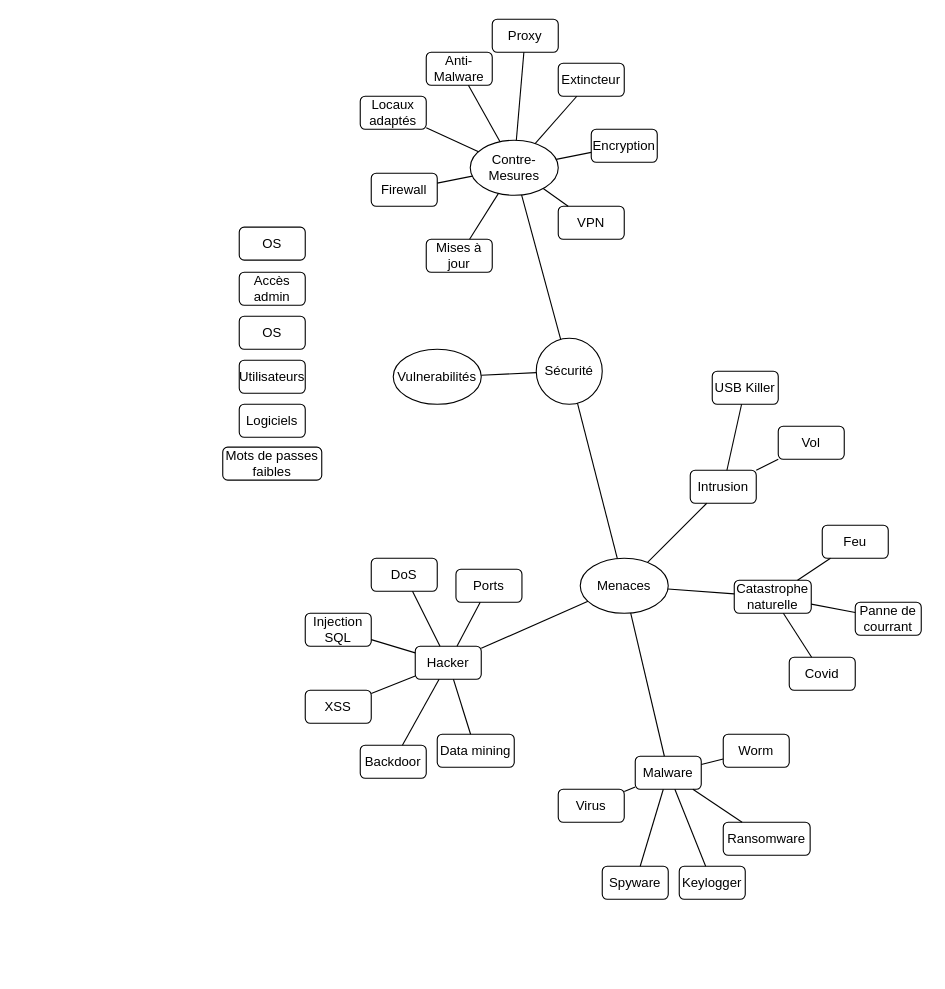
This is ICT/182/menaces_vulnerabilites_contremesurs.drawio from Mondotosz/CPNV, a draw.io file, before an edit. Source tidied: cells renumbered, new cells numbered last; positions are measured from the earlier drawing's top-left corner, leaving out a move shared by most shapes. Both pictures are drawn from the tidied source at 110%, with x=0, y=0 at pixel (222, 19).
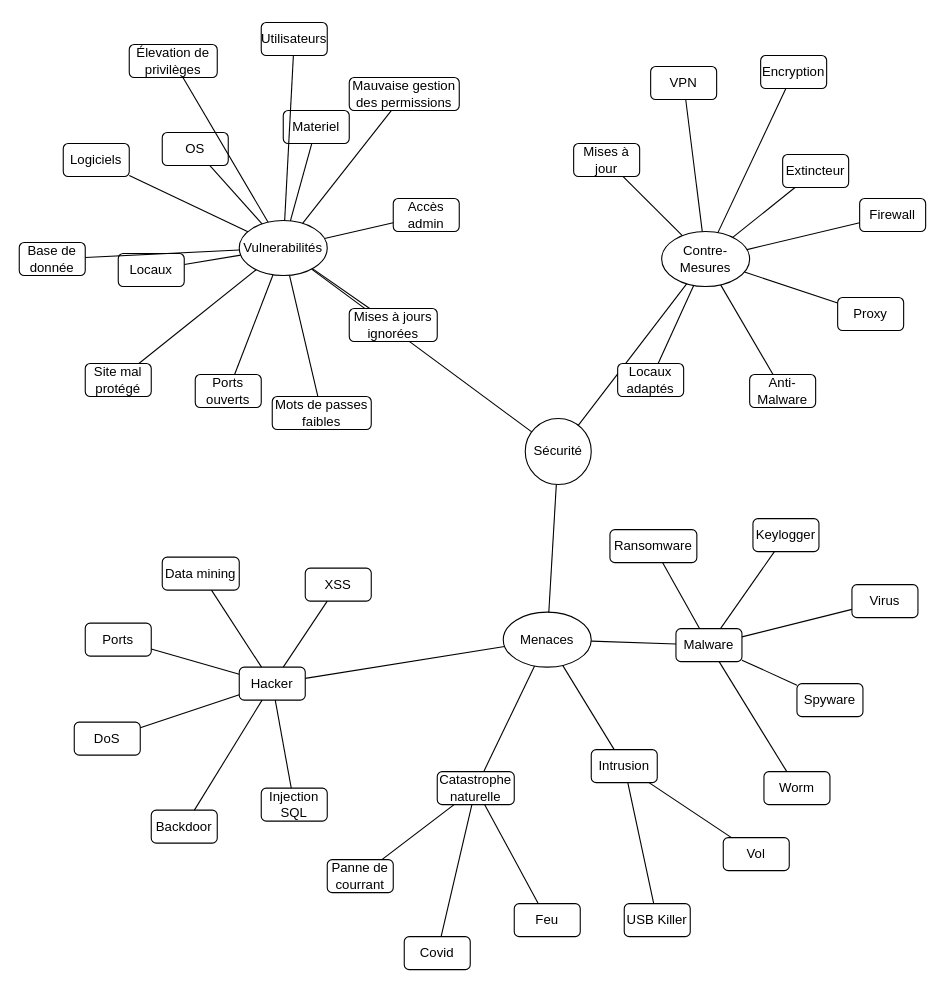
The same page after the edit.

Change to the diagram source:
```diff
@@
     <mxCell id="2" value="Menaces" style="ellipse;whiteSpace=wrap;html=1;" parent="1" vertex="1">
-      <mxGeometry x="325" y="490" width="80" height="50" as="geometry" />
+      <mxGeometry x="255" y="539" width="80" height="50" as="geometry" />
     </mxCell>
     <mxCell id="3" value="Vulnerabilités" style="ellipse;whiteSpace=wrap;html=1;" parent="1" vertex="1">
-      <mxGeometry x="155" y="300" width="80" height="50" as="geometry" />
+      <mxGeometry x="15" y="183" width="80" height="50" as="geometry" />
     </mxCell>
     <mxCell id="4" value="Contre-Mesures" style="ellipse;whiteSpace=wrap;html=1;" parent="1" vertex="1">
-      <mxGeometry x="225" y="110" width="80" height="50" as="geometry" />
+      <mxGeometry x="399" y="193" width="80" height="50" as="geometry" />
     </mxCell>
     <mxCell id="5" value="Sécurité" style="ellipse;whiteSpace=wrap;html=1;" parent="1" vertex="1">
-      <mxGeometry x="285" y="290" width="60" height="60" as="geometry" />
+      <mxGeometry x="275" y="363" width="60" height="60" as="geometry" />
     </mxCell>
@@
     <mxCell id="9" value="DoS" style="rounded=1;whiteSpace=wrap;html=1;" parent="1" vertex="1">
-      <mxGeometry x="135" y="490" width="60" height="30" as="geometry" />
+      <mxGeometry x="-135" y="639" width="60" height="30" as="geometry" />
     </mxCell>
     <mxCell id="10" value="XSS" style="rounded=1;whiteSpace=wrap;html=1;" parent="1" vertex="1">
-      <mxGeometry x="75" y="610" width="60" height="30" as="geometry" />
+      <mxGeometry x="75" y="499" width="60" height="30" as="geometry" />
     </mxCell>
     <mxCell id="11" value="Keylogger" style="rounded=1;whiteSpace=wrap;html=1;" parent="1" vertex="1">
-      <mxGeometry x="415" y="770" width="60" height="30" as="geometry" />
+      <mxGeometry x="482" y="454" width="60" height="30" as="geometry" />
     </mxCell>
     <mxCell id="12" value="Virus" style="rounded=1;whiteSpace=wrap;html=1;" parent="1" vertex="1">
-      <mxGeometry x="305" y="700" width="60" height="30" as="geometry" />
+      <mxGeometry x="572" y="514" width="60" height="30" as="geometry" />
     </mxCell>
     <mxCell id="13" value="Malware" style="rounded=1;whiteSpace=wrap;html=1;" parent="1" vertex="1">
-      <mxGeometry x="375" y="670" width="60" height="30" as="geometry" />
+      <mxGeometry x="412" y="554" width="60" height="30" as="geometry" />
     </mxCell>
     <mxCell id="14" value="USB Killer" style="rounded=1;whiteSpace=wrap;html=1;" parent="1" vertex="1">
-      <mxGeometry x="445" y="320" width="60" height="30" as="geometry" />
+      <mxGeometry x="365" y="804" width="60" height="30" as="geometry" />
     </mxCell>
     <mxCell id="15" value="Hacker" style="rounded=1;whiteSpace=wrap;html=1;" parent="1" vertex="1">
-      <mxGeometry x="175" y="570" width="60" height="30" as="geometry" />
+      <mxGeometry x="15" y="589" width="60" height="30" as="geometry" />
     </mxCell>
     <mxCell id="16" value="Feu" style="rounded=1;whiteSpace=wrap;html=1;" parent="1" vertex="1">
-      <mxGeometry x="545" y="460" width="60" height="30" as="geometry" />
+      <mxGeometry x="265" y="804" width="60" height="30" as="geometry" />
     </mxCell>
     <mxCell id="17" value="Panne de courrant" style="rounded=1;whiteSpace=wrap;html=1;" parent="1" vertex="1">
-      <mxGeometry x="575" y="530" width="60" height="30" as="geometry" />
+      <mxGeometry x="95" y="764" width="60" height="30" as="geometry" />
     </mxCell>
     <mxCell id="18" value="Data mining" style="rounded=1;whiteSpace=wrap;html=1;" parent="1" vertex="1">
-      <mxGeometry x="195" y="650" width="70" height="30" as="geometry" />
+      <mxGeometry x="-55" y="489" width="70" height="30" as="geometry" />
     </mxCell>
     <mxCell id="19" value="Catastrophe naturelle" style="rounded=1;whiteSpace=wrap;html=1;" parent="1" vertex="1">
-      <mxGeometry x="465" y="510" width="70" height="30" as="geometry" />
+      <mxGeometry x="195" y="684" width="70" height="30" as="geometry" />
     </mxCell>
     <mxCell id="20" value="Injection SQL" style="rounded=1;whiteSpace=wrap;html=1;" parent="1" vertex="1">
-      <mxGeometry x="75" y="540" width="60" height="30" as="geometry" />
+      <mxGeometry x="35" y="699" width="60" height="30" as="geometry" />
     </mxCell>
     <mxCell id="21" value="Ransomware" style="rounded=1;whiteSpace=wrap;html=1;" parent="1" vertex="1">
-      <mxGeometry x="455" y="730" width="79" height="30" as="geometry" />
+      <mxGeometry x="352" y="464" width="79" height="30" as="geometry" />
     </mxCell>
     <mxCell id="22" value="Spyware" style="rounded=1;whiteSpace=wrap;html=1;" parent="1" vertex="1">
-      <mxGeometry x="345" y="770" width="60" height="30" as="geometry" />
+      <mxGeometry x="522" y="604" width="60" height="30" as="geometry" />
     </mxCell>
     <mxCell id="23" value="Covid" style="rounded=1;whiteSpace=wrap;html=1;" parent="1" vertex="1">
-      <mxGeometry x="515" y="580" width="60" height="30" as="geometry" />
+      <mxGeometry x="165" y="834" width="60" height="30" as="geometry" />
     </mxCell>
     <mxCell id="24" value="Worm" style="rounded=1;whiteSpace=wrap;html=1;" parent="1" vertex="1">
-      <mxGeometry x="455" y="650" width="60" height="30" as="geometry" />
+      <mxGeometry x="492" y="684" width="60" height="30" as="geometry" />
     </mxCell>
     <mxCell id="25" value="Vol" style="rounded=1;whiteSpace=wrap;html=1;" parent="1" vertex="1">
-      <mxGeometry x="505" y="370" width="60" height="30" as="geometry" />
+      <mxGeometry x="455" y="744" width="60" height="30" as="geometry" />
     </mxCell>
     <mxCell id="26" value="Backdoor" style="rounded=1;whiteSpace=wrap;html=1;" parent="1" vertex="1">
-      <mxGeometry x="125" y="660" width="60" height="30" as="geometry" />
+      <mxGeometry x="-65" y="719" width="60" height="30" as="geometry" />
     </mxCell>
     <mxCell id="27" value="Ports" style="rounded=1;whiteSpace=wrap;html=1;" parent="1" vertex="1">
-      <mxGeometry x="212" y="500" width="60" height="30" as="geometry" />
+      <mxGeometry x="-125" y="549" width="60" height="30" as="geometry" />
     </mxCell>
@@
     <mxCell id="45" value="Intrusion" style="rounded=1;whiteSpace=wrap;html=1;" parent="1" vertex="1">
-      <mxGeometry x="425" y="410" width="60" height="30" as="geometry" />
+      <mxGeometry x="335" y="664" width="60" height="30" as="geometry" />
     </mxCell>
@@
     <mxCell id="49" value="Firewall" style="rounded=1;whiteSpace=wrap;html=1;" parent="1" vertex="1">
-      <mxGeometry x="135" y="140" width="60" height="30" as="geometry" />
+      <mxGeometry x="579" y="163" width="60" height="30" as="geometry" />
     </mxCell>
     <mxCell id="50" value="Anti-Malware" style="rounded=1;whiteSpace=wrap;html=1;" parent="1" vertex="1">
-      <mxGeometry x="185" y="30" width="60" height="30" as="geometry" />
+      <mxGeometry x="479" y="323" width="60" height="30" as="geometry" />
     </mxCell>
     <mxCell id="51" value="VPN" style="rounded=1;whiteSpace=wrap;html=1;" parent="1" vertex="1">
-      <mxGeometry x="305" y="170" width="60" height="30" as="geometry" />
+      <mxGeometry x="389" y="43" width="60" height="30" as="geometry" />
     </mxCell>
     <mxCell id="52" value="Proxy" style="rounded=1;whiteSpace=wrap;html=1;" parent="1" vertex="1">
-      <mxGeometry x="245" width="60" height="30" as="geometry" />
+      <mxGeometry x="559" y="253" width="60" height="30" as="geometry" />
     </mxCell>
     <mxCell id="53" value="Encryption" style="rounded=1;whiteSpace=wrap;html=1;" parent="1" vertex="1">
-      <mxGeometry x="335" y="100" width="60" height="30" as="geometry" />
+      <mxGeometry x="489" y="33" width="60" height="30" as="geometry" />
     </mxCell>
     <mxCell id="54" value="Mises à jour" style="rounded=1;whiteSpace=wrap;html=1;" parent="1" vertex="1">
-      <mxGeometry x="185" y="200" width="60" height="30" as="geometry" />
+      <mxGeometry x="319" y="113" width="60" height="30" as="geometry" />
     </mxCell>
     <mxCell id="55" value="Extincteur" style="rounded=1;whiteSpace=wrap;html=1;" parent="1" vertex="1">
-      <mxGeometry x="305" y="40" width="60" height="30" as="geometry" />
+      <mxGeometry x="509" y="123" width="60" height="30" as="geometry" />
     </mxCell>
     <mxCell id="56" value="Locaux adaptés" style="rounded=1;whiteSpace=wrap;html=1;" parent="1" vertex="1">
-      <mxGeometry x="125" y="70" width="60" height="30" as="geometry" />
+      <mxGeometry x="359" y="313" width="60" height="30" as="geometry" />
     </mxCell>
@@
     <mxCell id="65" value="OS" style="rounded=1;whiteSpace=wrap;html=1;" parent="1" vertex="1">
-      <mxGeometry x="15" y="270" width="60" height="30" as="geometry" />
+      <mxGeometry x="-55" y="103" width="60" height="30" as="geometry" />
     </mxCell>
     <mxCell id="66" value="Utilisateurs" style="rounded=1;whiteSpace=wrap;html=1;" parent="1" vertex="1">
-      <mxGeometry x="15" y="310" width="60" height="30" as="geometry" />
+      <mxGeometry x="35" y="3" width="60" height="30" as="geometry" />
     </mxCell>
     <mxCell id="67" value="Logiciels" style="rounded=1;whiteSpace=wrap;html=1;" parent="1" vertex="1">
-      <mxGeometry x="15" y="350" width="60" height="30" as="geometry" />
+      <mxGeometry x="-145" y="113" width="60" height="30" as="geometry" />
     </mxCell>
     <mxCell id="68" value="Accès admin" style="rounded=1;whiteSpace=wrap;html=1;" parent="1" vertex="1">
-      <mxGeometry x="15" y="230" width="60" height="30" as="geometry" />
+      <mxGeometry x="155" y="163" width="60" height="30" as="geometry" />
     </mxCell>
     <mxCell id="69" value="Mots de passes faibles" style="rounded=1;whiteSpace=wrap;html=1;" parent="1" vertex="1">
-      <mxGeometry y="389" width="90" height="30" as="geometry" />
+      <mxGeometry x="45" y="343" width="90" height="30" as="geometry" />
     </mxCell>
-    <mxCell id="70" value="OS" style="rounded=1;whiteSpace=wrap;html=1;" parent="1" vertex="1">
-      <mxGeometry x="15" y="189" width="60" height="30" as="geometry" />
+    <mxCell id="70" value="Élevation de privilèges" style="rounded=1;whiteSpace=wrap;html=1;" parent="1" vertex="1">
+      <mxGeometry x="-85" y="23" width="80" height="30" as="geometry" />
     </mxCell>
+    <mxCell id="71" value="Ports ouverts" style="rounded=1;whiteSpace=wrap;html=1;" parent="1" vertex="1">
+      <mxGeometry x="-25" y="323" width="60" height="30" as="geometry" />
+    </mxCell>
+    <mxCell id="72" value="Materiel" style="rounded=1;whiteSpace=wrap;html=1;" parent="1" vertex="1">
+      <mxGeometry x="55" y="83" width="60" height="30" as="geometry" />
+    </mxCell>
+    <mxCell id="73" value="Locaux" style="rounded=1;whiteSpace=wrap;html=1;" parent="1" vertex="1">
+      <mxGeometry x="-95" y="213" width="60" height="30" as="geometry" />
+    </mxCell>
+    <mxCell id="74" value="Mises à jours ignorées" style="rounded=1;whiteSpace=wrap;html=1;" parent="1" vertex="1">
+      <mxGeometry x="115" y="263" width="80" height="30" as="geometry" />
+    </mxCell>
+    <mxCell id="75" value="Site mal protégé" style="rounded=1;whiteSpace=wrap;html=1;" parent="1" vertex="1">
+      <mxGeometry x="-125" y="313" width="60" height="30" as="geometry" />
+    </mxCell>
+    <mxCell id="76" value="Base de donnée" style="rounded=1;whiteSpace=wrap;html=1;" parent="1" vertex="1">
+      <mxGeometry x="-185" y="203" width="60" height="30" as="geometry" />
+    </mxCell>
+    <mxCell id="77" value="Mauvaise gestion des permissions" style="rounded=1;whiteSpace=wrap;html=1;" parent="1" vertex="1">
+      <mxGeometry x="115" y="53" width="100" height="30" as="geometry" />
+    </mxCell>
+    <mxCell id="78" style="endArrow=none;html=1;noEdgeStyle=1;" parent="1" edge="1" source="3" target="66">
+      <mxGeometry relative="1" as="geometry" />
+    </mxCell>
+    <mxCell id="79" style="endArrow=none;html=1;noEdgeStyle=1;" parent="1" edge="1" source="3" target="65">
+      <mxGeometry relative="1" as="geometry" />
+    </mxCell>
+    <mxCell id="80" style="endArrow=none;html=1;noEdgeStyle=1;" parent="1" edge="1" source="3" target="67">
+      <mxGeometry relative="1" as="geometry" />
+    </mxCell>
+    <mxCell id="81" style="endArrow=none;html=1;noEdgeStyle=1;" parent="1" edge="1" source="3" target="69">
+      <mxGeometry relative="1" as="geometry" />
+    </mxCell>
+    <mxCell id="82" style="endArrow=none;html=1;noEdgeStyle=1;" parent="1" edge="1" source="3" target="68">
+      <mxGeometry relative="1" as="geometry" />
+    </mxCell>
+    <mxCell id="83" style="endArrow=none;html=1;noEdgeStyle=1;" parent="1" edge="1" source="3" target="70">
+      <mxGeometry relative="1" as="geometry" />
+    </mxCell>
+    <mxCell id="84" style="endArrow=none;html=1;noEdgeStyle=1;" parent="1" edge="1" source="3" target="74">
+      <mxGeometry relative="1" as="geometry" />
+    </mxCell>
+    <mxCell id="85" style="endArrow=none;html=1;noEdgeStyle=1;" parent="1" edge="1" source="3" target="75">
+      <mxGeometry relative="1" as="geometry" />
+    </mxCell>
+    <mxCell id="86" style="endArrow=none;html=1;noEdgeStyle=1;" parent="1" edge="1" source="3" target="76">
+      <mxGeometry relative="1" as="geometry" />
+    </mxCell>
+    <mxCell id="87" style="endArrow=none;html=1;noEdgeStyle=1;" parent="1" edge="1" source="3" target="71">
+      <mxGeometry relative="1" as="geometry" />
+    </mxCell>
+    <mxCell id="88" style="endArrow=none;html=1;noEdgeStyle=1;" parent="1" edge="1" source="3" target="72">
+      <mxGeometry relative="1" as="geometry" />
+    </mxCell>
+    <mxCell id="89" style="endArrow=none;html=1;noEdgeStyle=1;" parent="1" edge="1" source="3" target="73">
+      <mxGeometry relative="1" as="geometry" />
+    </mxCell>
+    <mxCell id="90" style="endArrow=none;html=1;noEdgeStyle=1;" parent="1" edge="1" source="3" target="77">
+      <mxGeometry relative="1" as="geometry" />
+    </mxCell>
```
